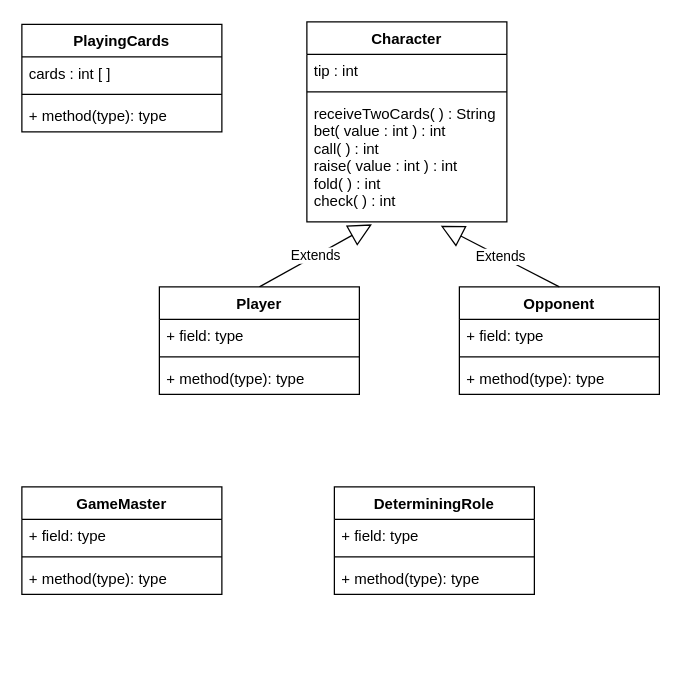
NakayamaHaruto/report6 keeps this draw.io diagram as app/src/main/java/jp/ac/uryukyu/ie/e245757/blueprint.drawio. Above is the earlier version. Source tidied: cells renumbered, new cells numbered last; positions are measured from the earlier drawing's top-left corner, leaving out a move shared by most shapes. Both pictures are drawn from the tidied source at 125%, with x=0, y=0 at pixel (21, 21).
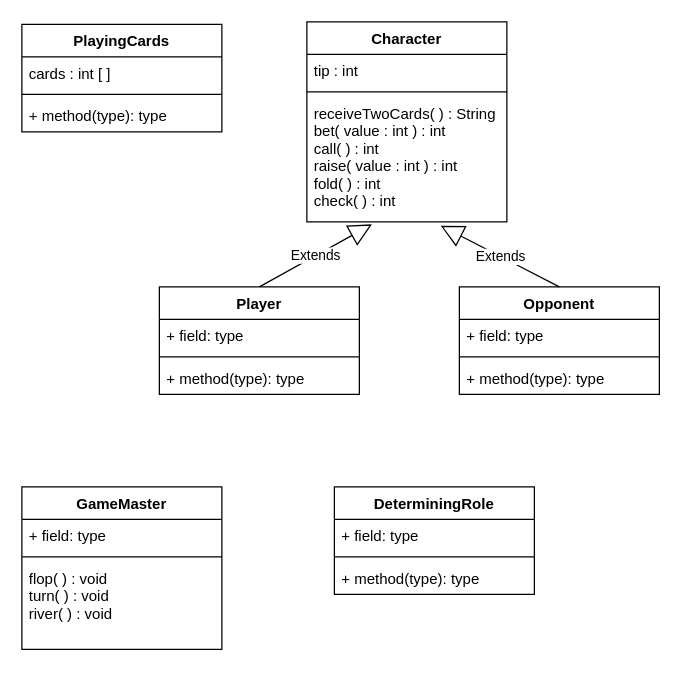
The same diagram, later.

What changed in the source:
```diff
@@
     <mxCell id="20" value="GameMaster" style="swimlane;fontStyle=1;align=center;verticalAlign=top;horizontal=1;startSize=26;" parent="1" vertex="1">
-      <mxGeometry y="372" width="160" height="86" as="geometry" />
+      <mxGeometry y="372" width="160" height="130" as="geometry" />
     </mxCell>
@@
-    <mxCell id="23" value="+ method(type): type" style="text;strokeColor=none;fillColor=none;align=left;verticalAlign=top;spacingLeft=4;spacingRight=4;overflow=hidden;" parent="20" vertex="1">
-      <mxGeometry y="60" width="160" height="26" as="geometry" />
+    <mxCell id="23" value="flop( ) : void&#10;turn( ) : void&#10;river( ) : void" style="text;strokeColor=none;fillColor=none;align=left;verticalAlign=top;spacingLeft=4;spacingRight=4;overflow=hidden;" parent="20" vertex="1">
+      <mxGeometry y="60" width="160" height="70" as="geometry" />
     </mxCell>
```
